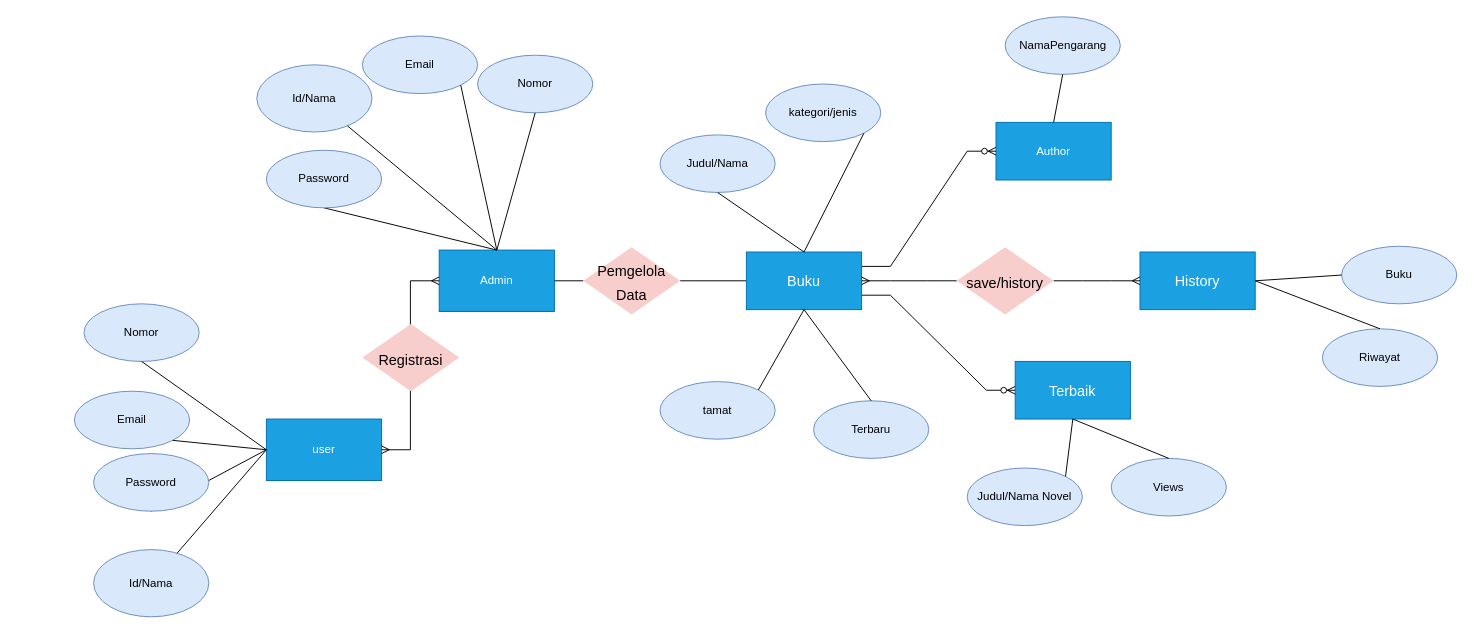
Before: Pertemuan3/Pertemuan3.drawio in Nurrohman10/IF214002-2, a draw.io diagram. Source tidied: cells renumbered, new cells numbered last; positions are measured from the earlier drawing's top-left corner, leaving out a move shared by most shapes. Both pictures are drawn from the tidied source at 96%, with x=0, y=0 at pixel (74, 16).
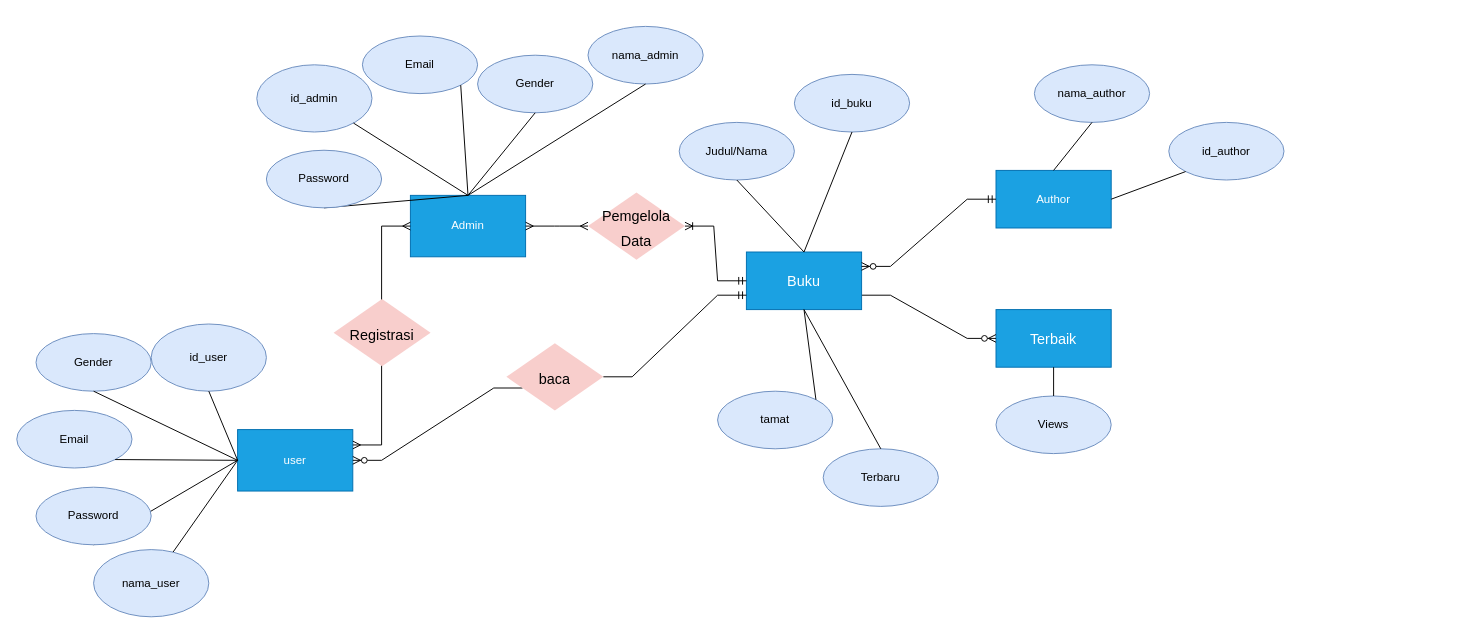
The same page after the edit.

The change refers to these unchanged cells:
```xml
<mxCell id="41" value="&lt;font style=&quot;font-size: 15px&quot;&gt;Buku&lt;/font&gt;" style="rounded=0;whiteSpace=wrap;html=1;fillColor=#1ba1e2;strokeColor=#006EAF;fontColor=#ffffff;" parent="1" vertex="1">
  <mxGeometry x="700" y="245" width="120" height="60" as="geometry" />
</mxCell>
```

Diff of the diagram source:
```diff
@@
     <mxCell id="2" value="Admin" style="rounded=0;whiteSpace=wrap;html=1;fillColor=#1ba1e2;strokeColor=#006EAF;fontColor=#ffffff;" parent="1" vertex="1">
-      <mxGeometry x="380" y="243" width="120" height="64" as="geometry" />
+      <mxGeometry x="350" y="186" width="120" height="64" as="geometry" />
     </mxCell>
-    <mxCell id="3" value="Id/Nama" style="ellipse;whiteSpace=wrap;html=1;fillColor=#dae8fc;strokeColor=#6c8ebf;" parent="1" vertex="1">
+    <mxCell id="3" value="id_admin" style="ellipse;whiteSpace=wrap;html=1;fillColor=#dae8fc;strokeColor=#6c8ebf;" parent="1" vertex="1">
       <mxGeometry x="190" y="50" width="120" height="70" as="geometry" />
     </mxCell>
@@
-    <mxCell id="6" value="Nomor" style="ellipse;whiteSpace=wrap;html=1;fillColor=#dae8fc;strokeColor=#6c8ebf;" parent="1" vertex="1">
+    <mxCell id="6" value="Gender" style="ellipse;whiteSpace=wrap;html=1;fillColor=#dae8fc;strokeColor=#6c8ebf;" parent="1" vertex="1">
       <mxGeometry x="420" y="40" width="120" height="60" as="geometry" />
     </mxCell>
@@
     <mxCell id="9" value="&lt;font style=&quot;font-size: 15px&quot;&gt;Terbaik&lt;/font&gt;" style="rounded=0;whiteSpace=wrap;html=1;fillColor=#1ba1e2;strokeColor=#006EAF;fontColor=#ffffff;" parent="1" vertex="1">
-      <mxGeometry x="980" y="359" width="120" height="60" as="geometry" />
+      <mxGeometry x="960" y="305" width="120" height="60" as="geometry" />
     </mxCell>
-    <mxCell id="10" value="Judul/Nama Novel" style="ellipse;whiteSpace=wrap;html=1;fillColor=#dae8fc;strokeColor=#6c8ebf;" parent="1" vertex="1">
-      <mxGeometry x="930" y="470" width="120" height="60" as="geometry" />
-    </mxCell>
     <mxCell id="11" value="Author" style="rounded=0;whiteSpace=wrap;html=1;fillColor=#1ba1e2;fontColor=#ffffff;strokeColor=#006EAF;" parent="1" vertex="1">
-      <mxGeometry x="960" y="110" width="120" height="60" as="geometry" />
+      <mxGeometry x="960" y="160" width="120" height="60" as="geometry" />
     </mxCell>
-    <mxCell id="12" value="NamaPengarang" style="ellipse;whiteSpace=wrap;html=1;fillColor=#dae8fc;strokeColor=#6c8ebf;" parent="1" vertex="1">
-      <mxGeometry x="969.5" width="120" height="60" as="geometry" />
+    <mxCell id="12" value="nama_author" style="ellipse;whiteSpace=wrap;html=1;fillColor=#dae8fc;strokeColor=#6c8ebf;" parent="1" vertex="1">
+      <mxGeometry x="1000" y="50" width="120" height="60" as="geometry" />
     </mxCell>
@@
-    <mxCell id="14" style="endArrow=none;html=1;rounded=0;entryX=1;entryY=0;entryDx=0;entryDy=0;exitX=0.5;exitY=1;exitDx=0;exitDy=0;" parent="1" edge="1" source="9" target="10">
-      <mxGeometry relative="1" as="geometry" />
-    </mxCell>
-    <mxCell id="15" value="&lt;font style=&quot;font-size: 15px&quot;&gt;History&lt;/font&gt;" style="rounded=0;whiteSpace=wrap;html=1;fillColor=#1ba1e2;strokeColor=#006EAF;fontColor=#ffffff;" parent="1" vertex="1">
-      <mxGeometry x="1110" y="245" width="120" height="60" as="geometry" />
-    </mxCell>
-    <mxCell id="16" value="Buku" style="ellipse;whiteSpace=wrap;html=1;fillColor=#dae8fc;strokeColor=#6c8ebf;" parent="1" vertex="1">
-      <mxGeometry x="1320" y="239" width="120" height="60" as="geometry" />
-    </mxCell>
-    <mxCell id="17" value="Riwayat" style="ellipse;whiteSpace=wrap;html=1;fillColor=#dae8fc;strokeColor=#6c8ebf;" parent="1" vertex="1">
-      <mxGeometry x="1300" y="325" width="120" height="60" as="geometry" />
-    </mxCell>
-    <mxCell id="18" style="endArrow=none;html=1;rounded=0;entryX=0;entryY=0.5;entryDx=0;entryDy=0;exitX=1;exitY=0.5;exitDx=0;exitDy=0;" parent="1" edge="1" source="15" target="16">
-      <mxGeometry relative="1" as="geometry" />
-    </mxCell>
-    <mxCell id="19" style="endArrow=none;html=1;rounded=0;entryX=0.5;entryY=0;entryDx=0;entryDy=0;exitX=1;exitY=0.5;exitDx=0;exitDy=0;" parent="1" edge="1" source="15" target="17">
-      <mxGeometry relative="1" as="geometry" />
-    </mxCell>
-    <mxCell id="20" style="edgeStyle=entityRelationEdgeStyle;fontSize=12;html=1;endArrow=ERmany;startArrow=none;rounded=0;entryX=0;entryY=0.5;entryDx=0;entryDy=0;exitX=1;exitY=0.5;exitDx=0;exitDy=0;" parent="1" edge="1" source="50" target="15">
-      <mxGeometry relative="1" as="geometry" />
-    </mxCell>
     <mxCell id="21" value="Views" style="ellipse;whiteSpace=wrap;html=1;fillColor=#dae8fc;strokeColor=#6c8ebf;" parent="1" vertex="1">
-      <mxGeometry x="1080" y="460" width="120" height="60" as="geometry" />
+      <mxGeometry x="960" y="395" width="120" height="60" as="geometry" />
     </mxCell>
@@
     <mxCell id="25" value="user" style="rounded=0;whiteSpace=wrap;html=1;fillColor=#1ba1e2;strokeColor=#006EAF;fontColor=#ffffff;" parent="1" vertex="1">
-      <mxGeometry x="200" y="419" width="120" height="64" as="geometry" />
+      <mxGeometry x="170" y="430" width="120" height="64" as="geometry" />
     </mxCell>
-    <mxCell id="26" style="edgeStyle=entityRelationEdgeStyle;fontSize=12;html=1;endArrow=ERmany;startArrow=ERmany;rounded=0;exitX=1;exitY=0.5;exitDx=0;exitDy=0;entryX=0;entryY=0.5;entryDx=0;entryDy=0;" parent="1" edge="1" source="25" target="2">
+    <mxCell id="26" style="edgeStyle=entityRelationEdgeStyle;fontSize=12;html=1;endArrow=ERmany;startArrow=ERmany;rounded=0;exitX=1;exitY=0.25;exitDx=0;exitDy=0;entryX=0;entryY=0.5;entryDx=0;entryDy=0;" parent="1" edge="1" source="25" target="2">
       <mxGeometry relative="1" as="geometry" />
     </mxCell>
-    <mxCell id="27" value="Id/Nama" style="ellipse;whiteSpace=wrap;html=1;fillColor=#dae8fc;strokeColor=#6c8ebf;" parent="1" vertex="1">
+    <mxCell id="27" value="nama_user" style="ellipse;whiteSpace=wrap;html=1;fillColor=#dae8fc;strokeColor=#6c8ebf;" parent="1" vertex="1">
       <mxGeometry x="20" y="555" width="120" height="70" as="geometry" />
     </mxCell>
@@
-    <mxCell id="30" value="Nomor" style="ellipse;whiteSpace=wrap;html=1;fillColor=#dae8fc;strokeColor=#6c8ebf;" parent="1" vertex="1">
-      <mxGeometry x="10" y="299" width="120" height="60" as="geometry" />
+    <mxCell id="30" value="Gender" style="ellipse;whiteSpace=wrap;html=1;fillColor=#dae8fc;strokeColor=#6c8ebf;" parent="1" vertex="1">
+      <mxGeometry x="-40" y="330" width="120" height="60" as="geometry" />
     </mxCell>
     <mxCell id="31" value="Password" style="ellipse;whiteSpace=wrap;html=1;fillColor=#dae8fc;strokeColor=#6c8ebf;" parent="1" vertex="1">
-      <mxGeometry x="20" y="455" width="120" height="60" as="geometry" />
+      <mxGeometry x="-40" y="490" width="120" height="60" as="geometry" />
     </mxCell>
@@
     <mxCell id="33" value="Email" style="ellipse;whiteSpace=wrap;html=1;fillColor=#dae8fc;strokeColor=#6c8ebf;" parent="1" vertex="1">
-      <mxGeometry y="390" width="120" height="60" as="geometry" />
+      <mxGeometry x="-60" y="410" width="120" height="60" as="geometry" />
     </mxCell>
@@
     <mxCell id="35" value="&lt;font style=&quot;font-size: 15px&quot;&gt;Registrasi&lt;/font&gt;" style="rhombus;whiteSpace=wrap;html=1;fontSize=21;strokeColor=none;strokeWidth=2;rotation=0;fillColor=#f8cecc;" parent="1" vertex="1">
-      <mxGeometry x="300" y="320" width="101" height="70" as="geometry" />
+      <mxGeometry x="270" y="294" width="101" height="70" as="geometry" />
     </mxCell>
-    <mxCell id="36" style="edgeStyle=entityRelationEdgeStyle;fontSize=12;html=1;endArrow=ERzeroToMany;endFill=1;rounded=0;entryX=0;entryY=0.5;entryDx=0;entryDy=0;exitX=1;exitY=0.25;exitDx=0;exitDy=0;" parent="1" edge="1" source="41" target="11">
-      <mxGeometry relative="1" as="geometry" />
-    </mxCell>
-    <mxCell id="37" style="endArrow=none;html=1;rounded=0;exitX=1;exitY=0.5;exitDx=0;exitDy=0;startArrow=none;entryX=0;entryY=0.5;entryDx=0;entryDy=0;" parent="1" edge="1" source="39" target="41">
-      <mxGeometry relative="1" as="geometry" />
-    </mxCell>
@@
     <mxCell id="39" value="&lt;font style=&quot;font-size: 15px&quot;&gt;Pemgelola Data&lt;/font&gt;" style="rhombus;whiteSpace=wrap;html=1;fontSize=21;strokeColor=none;strokeWidth=2;rotation=0;fillColor=#f8cecc;" parent="1" vertex="1">
-      <mxGeometry x="530" y="240" width="101" height="70" as="geometry" />
+      <mxGeometry x="535" y="183" width="101" height="70" as="geometry" />
     </mxCell>
-    <mxCell id="40" style="endArrow=none;html=1;rounded=0;exitX=1;exitY=0.5;exitDx=0;exitDy=0;" parent="1" edge="1" source="2" target="39">
-      <mxGeometry relative="1" as="geometry" />
-    </mxCell>
@@
     <mxCell id="42" value="Judul/Nama" style="ellipse;whiteSpace=wrap;html=1;fillColor=#dae8fc;strokeColor=#6c8ebf;" parent="1" vertex="1">
-      <mxGeometry x="610" y="123" width="120" height="60" as="geometry" />
+      <mxGeometry x="630" y="110" width="120" height="60" as="geometry" />
     </mxCell>
@@
-    <mxCell id="44" value="kategori/jenis" style="ellipse;whiteSpace=wrap;html=1;fillColor=#dae8fc;strokeColor=#6c8ebf;" parent="1" vertex="1">
-      <mxGeometry x="720" y="70" width="120" height="60" as="geometry" />
+    <mxCell id="44" value="id_buku" style="ellipse;whiteSpace=wrap;html=1;fillColor=#dae8fc;strokeColor=#6c8ebf;" parent="1" vertex="1">
+      <mxGeometry x="750" y="60" width="120" height="60" as="geometry" />
     </mxCell>
-    <mxCell id="45" style="endArrow=none;html=1;rounded=0;entryX=1;entryY=1;entryDx=0;entryDy=0;exitX=0.5;exitY=0;exitDx=0;exitDy=0;" parent="1" edge="1" source="41" target="44">
+    <mxCell id="45" style="endArrow=none;html=1;rounded=0;entryX=0.5;entryY=1;entryDx=0;entryDy=0;exitX=0.5;exitY=0;exitDx=0;exitDy=0;" parent="1" edge="1" source="41" target="44">
       <mxGeometry relative="1" as="geometry" />
     </mxCell>
     <mxCell id="46" value="tamat" style="ellipse;whiteSpace=wrap;html=1;fillColor=#dae8fc;strokeColor=#6c8ebf;" parent="1" vertex="1">
-      <mxGeometry x="610" y="380" width="120" height="60" as="geometry" />
+      <mxGeometry x="670" y="390" width="120" height="60" as="geometry" />
     </mxCell>
     <mxCell id="47" value="Terbaru" style="ellipse;whiteSpace=wrap;html=1;fillColor=#dae8fc;strokeColor=#6c8ebf;" parent="1" vertex="1">
-      <mxGeometry x="770" y="400" width="120" height="60" as="geometry" />
+      <mxGeometry x="780" y="450" width="120" height="60" as="geometry" />
     </mxCell>
@@
-    <mxCell id="50" value="&lt;font style=&quot;font-size: 15px&quot;&gt;save/history&lt;/font&gt;" style="rhombus;whiteSpace=wrap;html=1;fontSize=21;strokeColor=none;strokeWidth=2;rotation=0;fillColor=#f8cecc;" parent="1" vertex="1">
-      <mxGeometry x="919" y="240" width="101" height="70" as="geometry" />
-    </mxCell>
-    <mxCell id="51" style="edgeStyle=entityRelationEdgeStyle;fontSize=12;html=1;endArrow=none;startArrow=ERmany;rounded=0;entryX=0;entryY=0.5;entryDx=0;entryDy=0;exitX=1;exitY=0.5;exitDx=0;exitDy=0;" parent="1" edge="1" source="41" target="50">
-      <mxGeometry relative="1" as="geometry" />
-    </mxCell>
+    <mxCell id="52" value="id_user" style="ellipse;whiteSpace=wrap;html=1;fillColor=#dae8fc;strokeColor=#6c8ebf;" parent="1" vertex="1">
+      <mxGeometry x="80" y="320" width="120" height="70" as="geometry" />
+    </mxCell>
+    <mxCell id="53" style="endArrow=none;html=1;rounded=0;exitX=0;exitY=0.5;exitDx=0;exitDy=0;entryX=0.5;entryY=1;entryDx=0;entryDy=0;" parent="1" edge="1" source="25" target="52">
+      <mxGeometry relative="1" as="geometry" />
+    </mxCell>
+    <mxCell id="54" value="nama_admin" style="ellipse;whiteSpace=wrap;html=1;fillColor=#dae8fc;strokeColor=#6c8ebf;" parent="1" vertex="1">
+      <mxGeometry x="535" y="10" width="120" height="60" as="geometry" />
+    </mxCell>
+    <mxCell id="55" style="endArrow=none;html=1;rounded=0;entryX=0.5;entryY=1;entryDx=0;entryDy=0;exitX=0.5;exitY=0;exitDx=0;exitDy=0;" parent="1" edge="1" source="2" target="54">
+      <mxGeometry relative="1" as="geometry" />
+    </mxCell>
+    <mxCell id="56" style="edgeStyle=entityRelationEdgeStyle;fontSize=12;html=1;endArrow=ERzeroToMany;startArrow=ERmandOne;rounded=0;exitX=0;exitY=0.5;exitDx=0;exitDy=0;entryX=1;entryY=0.25;entryDx=0;entryDy=0;" parent="1" edge="1" source="11" target="41">
+      <mxGeometry relative="1" as="geometry" />
+    </mxCell>
+    <mxCell id="57" value="id_author" style="ellipse;whiteSpace=wrap;html=1;fillColor=#dae8fc;strokeColor=#6c8ebf;" parent="1" vertex="1">
+      <mxGeometry x="1140" y="110" width="120" height="60" as="geometry" />
+    </mxCell>
+    <mxCell id="58" style="endArrow=none;html=1;rounded=0;entryX=0;entryY=1;entryDx=0;entryDy=0;exitX=1;exitY=0.5;exitDx=0;exitDy=0;" parent="1" edge="1" source="11" target="57">
+      <mxGeometry relative="1" as="geometry" />
+    </mxCell>
+    <mxCell id="40" style="edgeStyle=entityRelationEdgeStyle;fontSize=12;html=1;endArrow=ERmany;startArrow=ERmany;rounded=0;exitX=1;exitY=0.5;exitDx=0;exitDy=0;entryX=0;entryY=0.5;entryDx=0;entryDy=0;" parent="1" edge="1" source="2" target="39">
+      <mxGeometry relative="1" as="geometry" />
+    </mxCell>
+    <mxCell id="59" style="edgeStyle=entityRelationEdgeStyle;fontSize=12;html=1;endArrow=ERzeroToMany;startArrow=none;rounded=0;entryX=1;entryY=0.5;entryDx=0;entryDy=0;exitX=0;exitY=0.75;exitDx=0;exitDy=0;" parent="1" edge="1" source="61" target="25">
+      <mxGeometry relative="1" as="geometry" />
+    </mxCell>
+    <mxCell id="60" style="edgeStyle=entityRelationEdgeStyle;fontSize=12;html=1;endArrow=ERoneToMany;startArrow=ERmandOne;rounded=0;entryX=1;entryY=0.5;entryDx=0;entryDy=0;exitX=0;exitY=0.5;exitDx=0;exitDy=0;" parent="1" edge="1" source="41" target="39">
+      <mxGeometry relative="1" as="geometry" />
+    </mxCell>
+    <mxCell id="61" value="&lt;font style=&quot;font-size: 15px&quot;&gt;baca&lt;/font&gt;" style="rhombus;whiteSpace=wrap;html=1;fontSize=21;strokeColor=none;strokeWidth=2;rotation=0;fillColor=#f8cecc;" parent="1" vertex="1">
+      <mxGeometry x="450" y="340" width="101" height="70" as="geometry" />
+    </mxCell>
+    <mxCell id="62" style="edgeStyle=entityRelationEdgeStyle;fontSize=12;html=1;endArrow=none;startArrow=ERmandOne;rounded=0;entryX=1;entryY=0.5;entryDx=0;entryDy=0;exitX=0;exitY=0.75;exitDx=0;exitDy=0;" parent="1" edge="1" source="41" target="61">
+      <mxGeometry relative="1" as="geometry" />
+    </mxCell>
```
